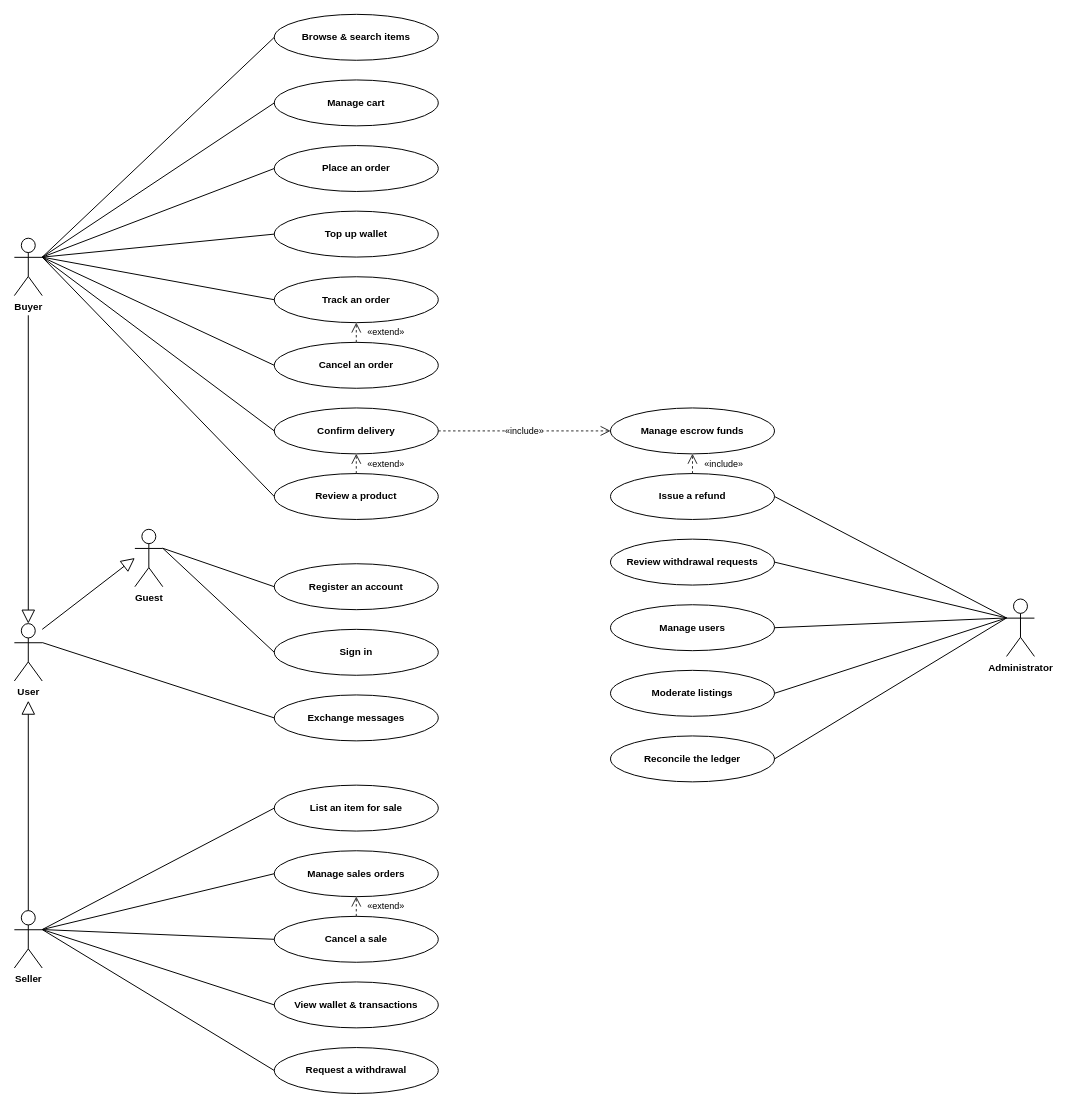
Before: page "Use Case Diagram" (1 of 7) of docs/system-design/drawio/05-use-case-diagram.drawio in tdat-dev/Zoldify_Backend, a draw.io diagram. Source tidied: cells renumbered, new cells numbered last; positions are measured from the earlier drawing's top-left corner, leaving out a move shared by most shapes. Both pictures are drawn from the tidied source at 82%, with x=0, y=0 at pixel (14, 14).
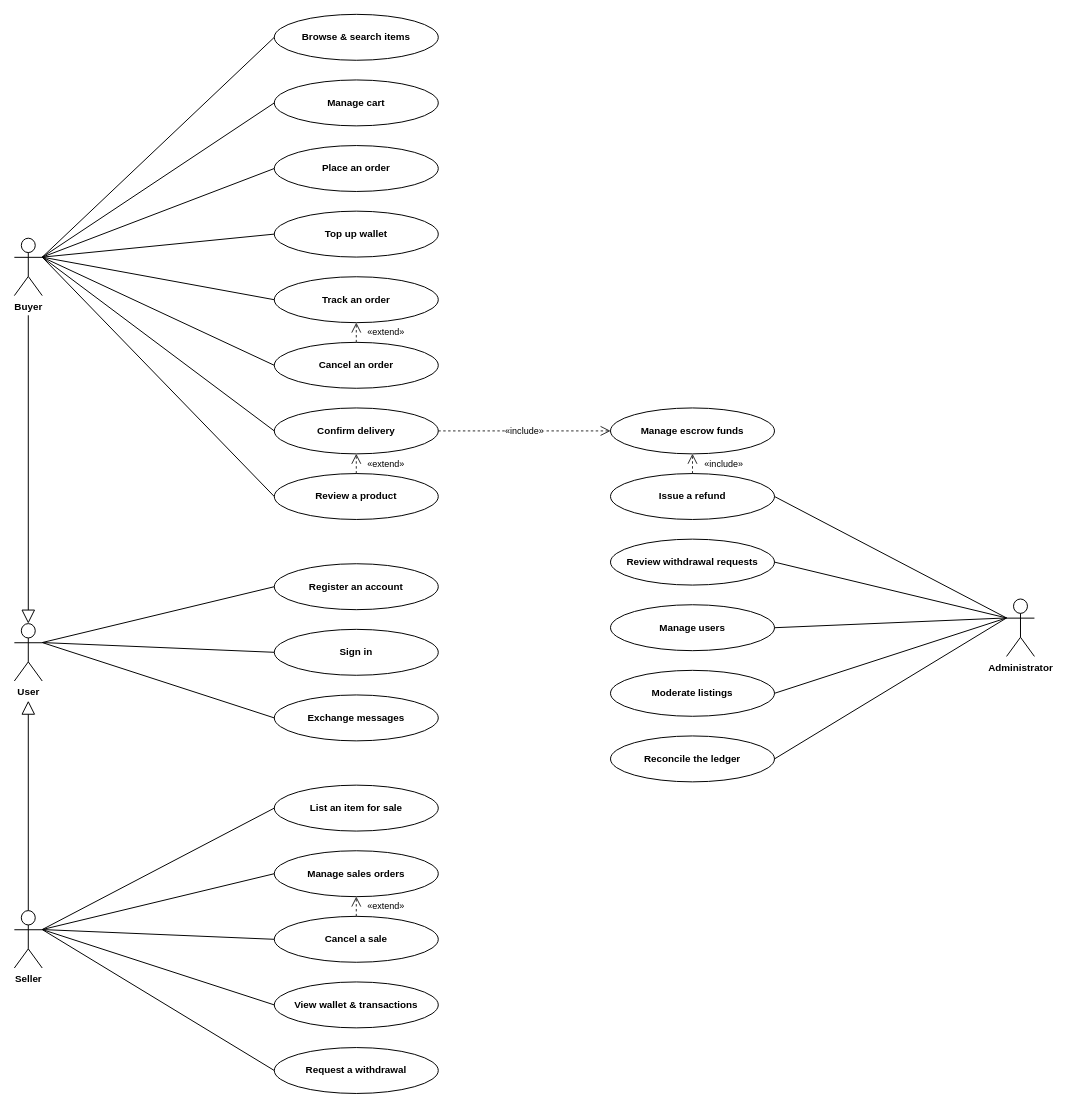
After the change.

Commit message (it also covers changes not shown here):
fix(drawio): bỏ actor Guest, trả use case về đúng bản nhóm vẽ

Unchanged cells that the change refers to:
```xml
<mxCell id="10" value="Register an account" style="ellipse;whiteSpace=wrap;html=1;fontSize=12;fontStyle=1;fillColor=#FFFFFF;strokeColor=#000000;strokeWidth=1.2;fontColor=#000000;spacing=8;" parent="1" vertex="1">
  <mxGeometry x="317" y="670" width="200" height="56" as="geometry" />
</mxCell>
<mxCell id="11" value="Sign in" style="ellipse;whiteSpace=wrap;html=1;fontSize=12;fontStyle=1;fillColor=#FFFFFF;strokeColor=#000000;strokeWidth=1.2;fontColor=#000000;spacing=8;" parent="1" vertex="1">
  <mxGeometry x="317" y="750" width="200" height="56" as="geometry" />
</mxCell>
<mxCell id="25" value="User" style="shape=umlActor;verticalLabelPosition=bottom;verticalAlign=top;html=1;outlineConnect=0;fontSize=12;fontStyle=1;fillColor=#FFFFFF;strokeColor=#000000;strokeWidth=1.2;fontColor=#000000;" parent="1" vertex="1">
  <mxGeometry y="743" width="34" height="70" as="geometry" />
</mxCell>
```

What changed in the source:
```diff
@@
-    <mxCell id="27" value="Guest" style="shape=umlActor;verticalLabelPosition=bottom;verticalAlign=top;html=1;outlineConnect=0;fontSize=12;fontStyle=1;fillColor=#FFFFFF;strokeColor=#000000;strokeWidth=1.2;fontColor=#000000;" parent="1" vertex="1">
-      <mxGeometry x="147" y="628" width="34" height="70" as="geometry" />
-    </mxCell>
@@
-    <mxCell id="37" style="edgeStyle=none;html=1;rounded=0;endArrow=none;strokeColor=#000000;strokeWidth=1.2;exitX=1;exitY=0.33;exitDx=0;exitDy=0;exitPerimeter=0;entryX=0;entryY=0.5;entryDx=0;entryDy=0;entryPerimeter=0;" parent="1" edge="1" source="27" target="10">
-      <mxGeometry relative="1" as="geometry" />
-    </mxCell>
-    <mxCell id="38" style="edgeStyle=none;html=1;rounded=0;endArrow=none;strokeColor=#000000;strokeWidth=1.2;exitX=1;exitY=0.33;exitDx=0;exitDy=0;exitPerimeter=0;entryX=0;entryY=0.5;entryDx=0;entryDy=0;entryPerimeter=0;" parent="1" edge="1" source="27" target="11">
-      <mxGeometry relative="1" as="geometry" />
-    </mxCell>
+    <mxCell id="58" style="edgeStyle=none;html=1;rounded=0;endArrow=none;strokeColor=#000000;strokeWidth=1.2;exitX=1;exitY=0.33;exitDx=0;exitDy=0;exitPerimeter=0;entryX=0;entryY=0.5;entryDx=0;entryDy=0;entryPerimeter=0;" parent="1" edge="1" source="25" target="10">
+      <mxGeometry relative="1" as="geometry" />
+    </mxCell>
+    <mxCell id="59" style="edgeStyle=none;html=1;rounded=0;endArrow=none;strokeColor=#000000;strokeWidth=1.2;exitX=1;exitY=0.33;exitDx=0;exitDy=0;exitPerimeter=0;entryX=0;entryY=0.5;entryDx=0;entryDy=0;entryPerimeter=0;" parent="1" edge="1" source="25" target="11">
+      <mxGeometry relative="1" as="geometry" />
+    </mxCell>
@@
-    <mxCell id="50" style="edgeStyle=none;html=1;rounded=0;endArrow=block;endFill=0;endSize=14;strokeColor=#000000;strokeWidth=1.2;exitX=1;exitY=0.1;exitDx=0;exitDy=0;exitPerimeter=0;entryX=0;entryY=0.5;entryDx=0;entryDy=0;entryPerimeter=0;" parent="1" edge="1" source="25" target="27">
-      <mxGeometry relative="1" as="geometry" />
-    </mxCell>
```
